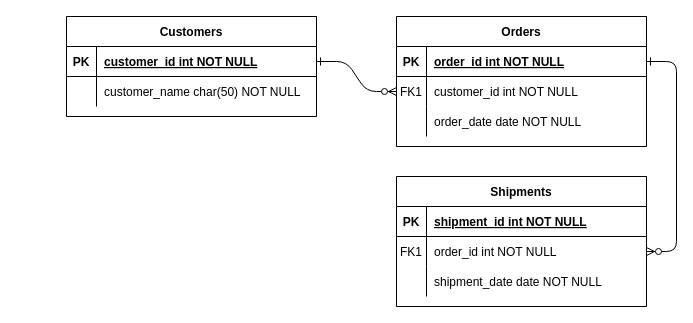
yarafatin/app.diagrams keeps this draw.io diagram as Untitled Diagram.drawio. Above is the earlier version. Source tidied: cells renumbered, new cells numbered last; positions are measured from the earlier drawing's top-left corner, leaving out a move shared by most shapes. Both pictures are drawn from the tidied source at 100%, with x=0, y=0 at pixel (66, 16).
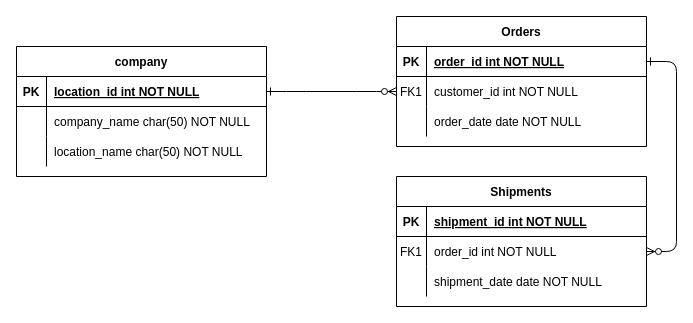
The same diagram, later.

Unchanged cells that the change refers to:
```xml
<mxCell id="25" style="shape=partialRectangle;fillColor=none;points=[[0,0.5],[1,0.5]];portConstraint=eastwest;top=0;left=0;right=0;bottom=1;" parent="24" vertex="1">
  <mxGeometry y="30" width="250" height="30" as="geometry" />
</mxCell>
```

Diff of the diagram source:
```diff
@@
-    <mxCell id="24" value="Customers" style="shape=table;startSize=30;childLayout=tableLayout;rowLines=0;fontStyle=1;align=center;" parent="1" vertex="1">
-      <mxGeometry width="250" height="100" as="geometry" />
+    <mxCell id="24" value="company" style="shape=table;startSize=30;childLayout=tableLayout;rowLines=0;fontStyle=1;align=center;" parent="1" vertex="1">
+      <mxGeometry x="-50" y="30" width="250" height="130" as="geometry" />
     </mxCell>
@@
-    <mxCell id="27" value="customer_id int NOT NULL " style="shape=partialRectangle;overflow=hidden;fillColor=none;top=0;left=0;bottom=0;right=0;align=left;spacingLeft=6;fontStyle=5;" parent="25" vertex="1">
+    <mxCell id="27" value="location_id int NOT NULL " style="shape=partialRectangle;overflow=hidden;fillColor=none;top=0;left=0;bottom=0;right=0;align=left;spacingLeft=6;fontStyle=5;" parent="25" vertex="1">
       <mxGeometry x="30" width="220" height="30" as="geometry" />
     </mxCell>
+    <mxCell id="31" style="shape=tableRow;horizontal=0;startSize=0;swimlaneHead=0;swimlaneBody=0;fillColor=none;top=0;left=0;right=0;bottom=0;" parent="24" vertex="1">
+      <mxGeometry y="60" width="250" height="30" as="geometry" />
+    </mxCell>
+    <mxCell id="32" style="shape=partialRectangle;fillColor=none;top=0;left=0;bottom=0;right=0;overflow=hidden;" parent="31" vertex="1">
+      <mxGeometry width="30" height="30" as="geometry" />
+    </mxCell>
+    <mxCell id="33" value="company_name char(50) NOT NULL" style="shape=partialRectangle;fillColor=none;top=0;left=0;bottom=0;right=0;align=left;spacingLeft=6;overflow=hidden;" parent="31" vertex="1">
+      <mxGeometry x="30" width="220" height="30" as="geometry" />
+    </mxCell>
     <mxCell id="28" style="shape=partialRectangle;fillColor=none;top=0;left=0;right=0;bottom=0;" parent="24" vertex="1">
-      <mxGeometry y="60" width="250" height="30" as="geometry" />
+      <mxGeometry y="90" width="250" height="30" as="geometry" />
     </mxCell>
@@
-    <mxCell id="30" value="customer_name char(50) NOT NULL" style="shape=partialRectangle;overflow=hidden;fillColor=none;top=0;left=0;bottom=0;right=0;align=left;spacingLeft=6;" parent="28" vertex="1">
+    <mxCell id="30" value="location_name char(50) NOT NULL" style="shape=partialRectangle;overflow=hidden;fillColor=none;top=0;left=0;bottom=0;right=0;align=left;spacingLeft=6;" parent="28" vertex="1">
       <mxGeometry x="30" width="220" height="30" as="geometry" />
     </mxCell>
```
